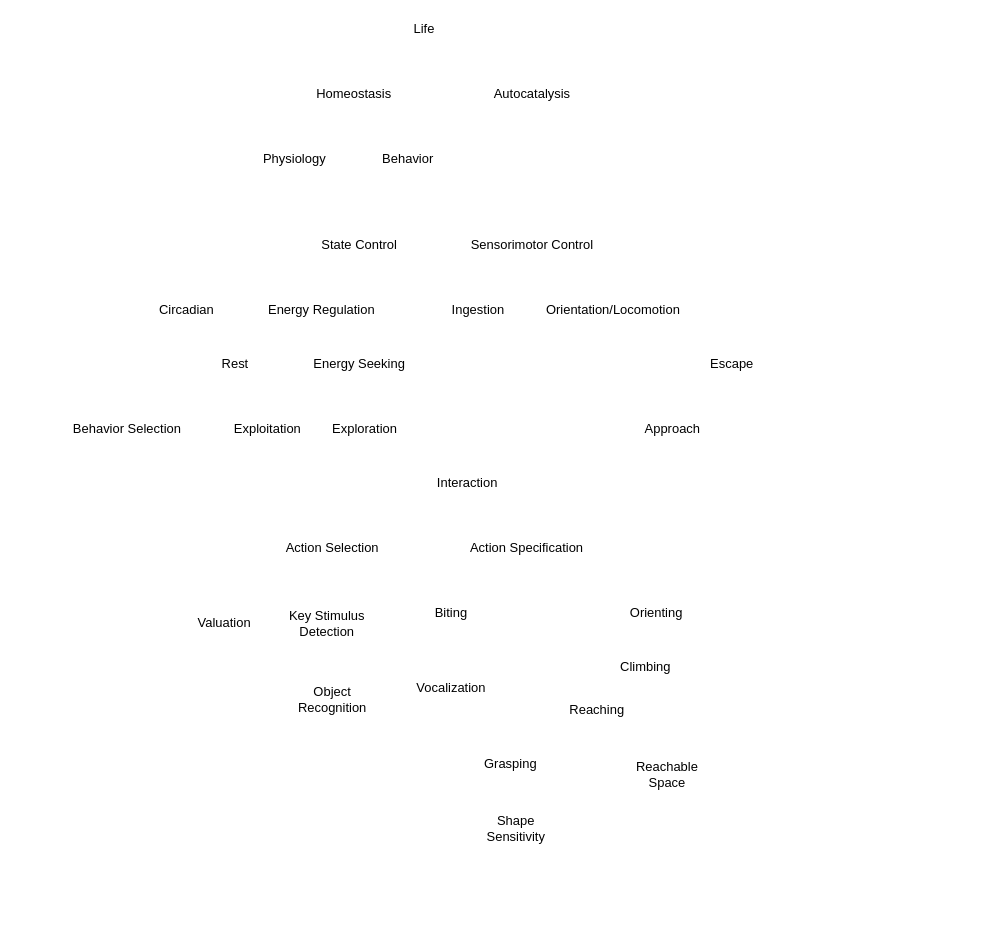
Earlier version of the draw.io diagram cognitive_evolution.drawio (codeaudit/1). Source tidied: cells renumbered, new cells numbered last; positions are measured from the earlier drawing's top-left corner, leaving out a move shared by most shapes. Both pictures are drawn from the tidied source at 108%, with x=0, y=0 at pixel (62, 18).
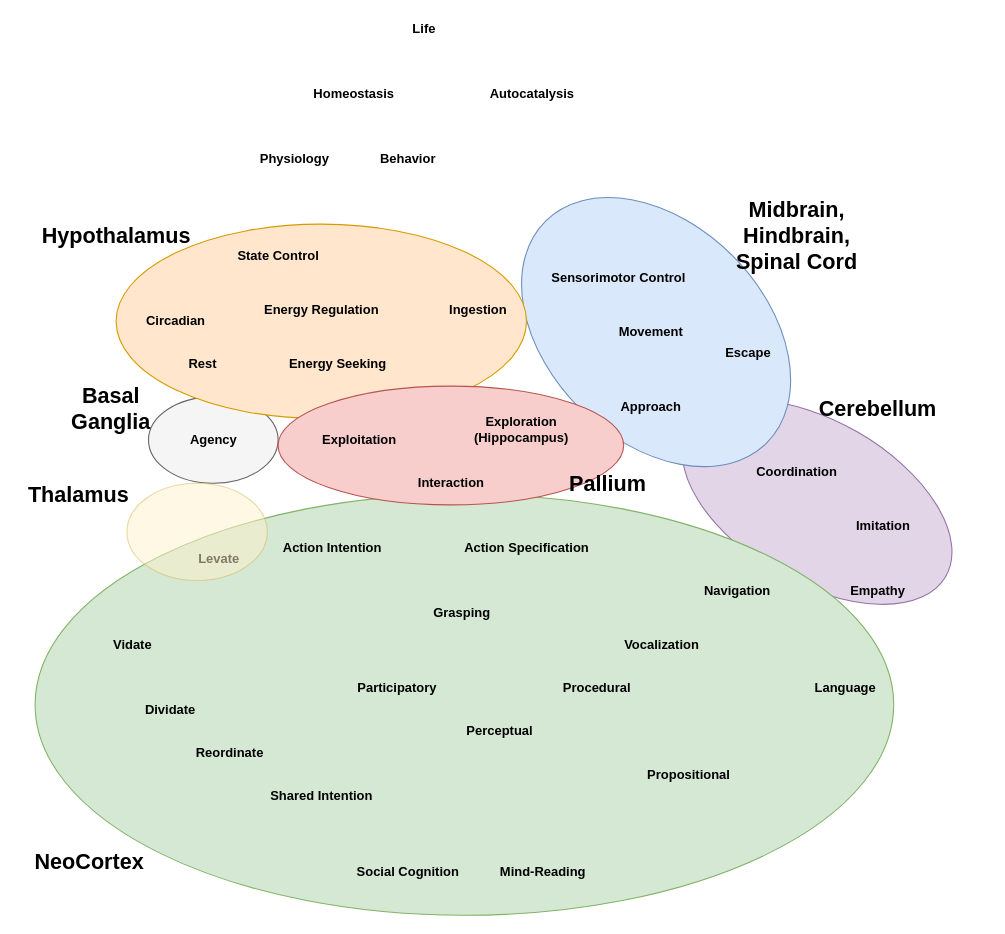
The same page after the edit.

Change to the diagram source:
```diff
@@
+    <mxCell id="34" style="ellipse;whiteSpace=wrap;html=1;rotation=30;fillColor=#e1d5e7;strokeColor=#9673a6;" parent="1" vertex="1">
+      <mxGeometry x="561.6" y="372.5" width="275" height="150" as="geometry" />
+    </mxCell>
+    <mxCell id="35" style="ellipse;whiteSpace=wrap;html=1;fillColor=#d5e8d4;strokeColor=#82b366;" parent="1" vertex="1">
+      <mxGeometry x="-25" y="440" width="795" height="390" as="geometry" />
+    </mxCell>
+    <mxCell id="36" style="ellipse;whiteSpace=wrap;html=1;rotation=45;fillColor=#dae8fc;strokeColor=#6c8ebf;" parent="1" vertex="1">
+      <mxGeometry x="405" y="190" width="290" height="200" as="geometry" />
+    </mxCell>
+    <mxCell id="37" style="ellipse;whiteSpace=wrap;html=1;fillColor=#f5f5f5;strokeColor=#666666;fontColor=#333333;" parent="1" vertex="1">
+      <mxGeometry x="80" y="350" width="120" height="80" as="geometry" />
+    </mxCell>
+    <mxCell id="38" style="ellipse;whiteSpace=wrap;html=1;fillColor=#ffe6cc;strokeColor=#d79b00;" parent="1" vertex="1">
+      <mxGeometry x="50" y="190" width="380" height="180" as="geometry" />
+    </mxCell>
+    <mxCell id="39" style="ellipse;whiteSpace=wrap;html=1;fillColor=#f8cecc;strokeColor=#b85450;" parent="1" vertex="1">
+      <mxGeometry x="200" y="340" width="320" height="110" as="geometry" />
+    </mxCell>
-    <mxCell id="2" value="Life" style="text;html=1;align=center;verticalAlign=middle;" parent="1" vertex="1">
-      <mxGeometry x="320" width="30" height="20" as="geometry" />
+    <mxCell id="2" value="Life" style="text;html=1;align=center;verticalAlign=middle;fontStyle=1;" parent="1" vertex="1">
+      <mxGeometry x="315" width="40" height="20" as="geometry" />
     </mxCell>
-    <mxCell id="3" value="Homeostasis" style="text;html=1;align=center;verticalAlign=middle;" parent="1" vertex="1">
-      <mxGeometry x="230" y="60" width="80" height="20" as="geometry" />
+    <mxCell id="3" value="Homeostasis" style="text;html=1;align=center;verticalAlign=middle;fontStyle=1;" parent="1" vertex="1">
+      <mxGeometry x="225" y="60" width="90" height="20" as="geometry" />
     </mxCell>
-    <mxCell id="4" value="Autocatalysis" style="text;html=1;align=center;verticalAlign=middle;" parent="1" vertex="1">
+    <mxCell id="4" value="Autocatalysis" style="text;html=1;align=center;verticalAlign=middle;fontStyle=1;" parent="1" vertex="1">
       <mxGeometry x="390" y="60" width="90" height="20" as="geometry" />
     </mxCell>
-    <mxCell id="5" value="Physiology" style="text;html=1;align=center;verticalAlign=middle;" parent="1" vertex="1">
-      <mxGeometry x="180" y="120" width="70" height="20" as="geometry" />
+    <mxCell id="5" value="Physiology" style="text;html=1;align=center;verticalAlign=middle;fontStyle=1;" parent="1" vertex="1">
+      <mxGeometry x="175" y="120" width="80" height="20" as="geometry" />
     </mxCell>
-    <mxCell id="6" value="Behavior" style="text;html=1;align=center;verticalAlign=middle;" parent="1" vertex="1">
-      <mxGeometry x="290" y="120" width="60" height="20" as="geometry" />
+    <mxCell id="6" value="Behavior" style="text;html=1;align=center;verticalAlign=middle;fontStyle=1;" parent="1" vertex="1">
+      <mxGeometry x="285" y="120" width="70" height="20" as="geometry" />
     </mxCell>
-    <mxCell id="7" value="State Control" style="text;html=1;align=center;verticalAlign=middle;" parent="1" vertex="1">
-      <mxGeometry x="230" y="200" width="90" height="20" as="geometry" />
+    <mxCell id="7" value="State Control" style="text;html=1;align=center;verticalAlign=middle;fontStyle=1;" parent="1" vertex="1">
+      <mxGeometry x="155" y="210" width="90" height="20" as="geometry" />
     </mxCell>
-    <mxCell id="8" value="Sensorimotor Control" style="text;html=1;align=center;verticalAlign=middle;" parent="1" vertex="1">
-      <mxGeometry x="370" y="200" width="130" height="20" as="geometry" />
+    <mxCell id="8" value="Sensorimotor Control" style="text;html=1;align=center;verticalAlign=middle;fontStyle=1;" parent="1" vertex="1">
+      <mxGeometry x="445" y="230" width="140" height="20" as="geometry" />
     </mxCell>
-    <mxCell id="9" value="Behavior Selection" style="text;html=1;align=center;verticalAlign=middle;" parent="1" vertex="1">
-      <mxGeometry y="370" width="120" height="20" as="geometry" />
+    <mxCell id="9" value="Agency" style="text;html=1;align=center;verticalAlign=middle;fontStyle=1;" parent="1" vertex="1">
+      <mxGeometry x="110" y="380" width="60" height="20" as="geometry" />
     </mxCell>
-    <mxCell id="10" value="Exploitation" style="text;html=1;align=center;verticalAlign=middle;" parent="1" vertex="1">
-      <mxGeometry x="150" y="370" width="80" height="20" as="geometry" />
+    <mxCell id="10" value="Exploitation" style="text;html=1;align=center;verticalAlign=middle;fontStyle=1;" parent="1" vertex="1">
+      <mxGeometry x="235" y="380" width="80" height="20" as="geometry" />
     </mxCell>
-    <mxCell id="11" value="Exploration" style="text;html=1;align=center;verticalAlign=middle;" parent="1" vertex="1">
-      <mxGeometry x="240" y="370" width="80" height="20" as="geometry" />
+    <mxCell id="11" value="Exploration&lt;br&gt;(Hippocampus)" style="text;html=1;align=center;verticalAlign=middle;fontStyle=1;" parent="1" vertex="1">
+      <mxGeometry x="375" y="365" width="100" height="30" as="geometry" />
     </mxCell>
-    <mxCell id="12" value="Interaction" style="text;html=1;align=center;verticalAlign=middle;" parent="1" vertex="1">
-      <mxGeometry x="340" y="420" width="70" height="20" as="geometry" />
+    <mxCell id="12" value="Interaction" style="text;html=1;align=center;verticalAlign=middle;fontStyle=1;" parent="1" vertex="1">
+      <mxGeometry x="320" y="420" width="80" height="20" as="geometry" />
     </mxCell>
-    <mxCell id="13" value="Circadian" style="text;html=1;align=center;verticalAlign=middle;" parent="1" vertex="1">
-      <mxGeometry x="80" y="260" width="70" height="20" as="geometry" />
+    <mxCell id="13" value="Circadian" style="text;html=1;align=center;verticalAlign=middle;fontStyle=1;" parent="1" vertex="1">
+      <mxGeometry x="70" y="270" width="70" height="20" as="geometry" />
     </mxCell>
-    <mxCell id="14" value="Energy Regulation" style="text;html=1;align=center;verticalAlign=middle;" parent="1" vertex="1">
-      <mxGeometry x="185" y="260" width="110" height="20" as="geometry" />
+    <mxCell id="14" value="Energy Regulation" style="text;html=1;align=center;verticalAlign=middle;fontStyle=1;" parent="1" vertex="1">
+      <mxGeometry x="180" y="260" width="120" height="20" as="geometry" />
     </mxCell>
-    <mxCell id="15" value="Rest" style="text;html=1;align=center;verticalAlign=middle;" parent="1" vertex="1">
-      <mxGeometry x="140" y="310" width="40" height="20" as="geometry" />
+    <mxCell id="15" value="Rest" style="text;html=1;align=center;verticalAlign=middle;fontStyle=1;" parent="1" vertex="1">
+      <mxGeometry x="110" y="310" width="40" height="20" as="geometry" />
     </mxCell>
-    <mxCell id="16" value="Energy Seeking" style="text;html=1;align=center;verticalAlign=middle;" parent="1" vertex="1">
-      <mxGeometry x="225" y="310" width="100" height="20" as="geometry" />
+    <mxCell id="16" value="Energy Seeking" style="text;html=1;align=center;verticalAlign=middle;fontStyle=1;" parent="1" vertex="1">
+      <mxGeometry x="200" y="310" width="110" height="20" as="geometry" />
     </mxCell>
-    <mxCell id="17" value="Ingestion" style="text;html=1;align=center;verticalAlign=middle;" parent="1" vertex="1">
-      <mxGeometry x="355" y="260" width="60" height="20" as="geometry" />
+    <mxCell id="17" value="Ingestion" style="text;html=1;align=center;verticalAlign=middle;fontStyle=1;" parent="1" vertex="1">
+      <mxGeometry x="350" y="260" width="70" height="20" as="geometry" />
     </mxCell>
-    <mxCell id="18" value="Orientation/Locomotion" style="text;html=1;align=center;verticalAlign=middle;" parent="1" vertex="1">
-      <mxGeometry x="440" y="260" width="140" height="20" as="geometry" />
+    <mxCell id="18" value="Movement" style="text;html=1;align=center;verticalAlign=middle;fontStyle=1;" parent="1" vertex="1">
+      <mxGeometry x="510" y="280" width="70" height="20" as="geometry" />
     </mxCell>
-    <mxCell id="19" value="Escape" style="text;html=1;align=center;verticalAlign=middle;" parent="1" vertex="1">
-      <mxGeometry x="590" y="310" width="60" height="20" as="geometry" />
+    <mxCell id="19" value="Escape" style="text;html=1;align=center;verticalAlign=middle;fontStyle=1;" parent="1" vertex="1">
+      <mxGeometry x="605" y="300" width="60" height="20" as="geometry" />
     </mxCell>
-    <mxCell id="20" value="Approach" style="text;html=1;align=center;verticalAlign=middle;" parent="1" vertex="1">
-      <mxGeometry x="530" y="370" width="70" height="20" as="geometry" />
+    <mxCell id="20" value="Approach" style="text;html=1;align=center;verticalAlign=middle;fontStyle=1;" parent="1" vertex="1">
+      <mxGeometry x="510" y="350" width="70" height="20" as="geometry" />
     </mxCell>
-    <mxCell id="21" value="Action Selection" style="text;html=1;align=center;verticalAlign=middle;" parent="1" vertex="1">
-      <mxGeometry x="200" y="480" width="100" height="20" as="geometry" />
+    <mxCell id="21" value="Action Intention" style="text;html=1;align=center;verticalAlign=middle;fontStyle=1;" parent="1" vertex="1">
+      <mxGeometry x="195" y="480" width="110" height="20" as="geometry" />
     </mxCell>
-    <mxCell id="22" value="Action Specification" style="text;html=1;align=center;verticalAlign=middle;" parent="1" vertex="1">
-      <mxGeometry x="370" y="480" width="120" height="20" as="geometry" />
+    <mxCell id="22" value="Action Specification" style="text;html=1;align=center;verticalAlign=middle;fontStyle=1;" parent="1" vertex="1">
+      <mxGeometry x="365" y="480" width="130" height="20" as="geometry" />
     </mxCell>
-    <mxCell id="23" value="Valuation" style="text;html=1;align=center;verticalAlign=middle;" parent="1" vertex="1">
-      <mxGeometry x="120" y="550" width="60" height="20" as="geometry" />
-    </mxCell>
-    <mxCell id="24" value="Key Stimulus&lt;br&gt;Detection" style="text;html=1;align=center;verticalAlign=middle;" parent="1" vertex="1">
-      <mxGeometry x="200" y="545" width="90" height="30" as="geometry" />
-    </mxCell>
-    <mxCell id="25" value="Object&lt;br&gt;Recognition" style="text;html=1;align=center;verticalAlign=middle;" parent="1" vertex="1">
-      <mxGeometry x="210" y="615" width="80" height="30" as="geometry" />
-    </mxCell>
-    <mxCell id="26" value="Biting" style="text;html=1;align=center;verticalAlign=middle;" parent="1" vertex="1">
-      <mxGeometry x="335" y="540" width="50" height="20" as="geometry" />
-    </mxCell>
+    <mxCell id="40" value="Levate" style="text;html=1;align=center;verticalAlign=middle;fontStyle=1;" parent="1" vertex="1">
+      <mxGeometry x="120" y="490" width="50" height="20" as="geometry" />
+    </mxCell>
+    <mxCell id="41" value="Vidate" style="text;html=1;align=center;verticalAlign=middle;fontStyle=1;" parent="1" vertex="1">
+      <mxGeometry x="40" y="570" width="50" height="20" as="geometry" />
+    </mxCell>
+    <mxCell id="42" value="Dividate" style="text;html=1;align=center;verticalAlign=middle;fontStyle=1;" parent="1" vertex="1">
+      <mxGeometry x="70" y="630" width="60" height="20" as="geometry" />
+    </mxCell>
+    <mxCell id="43" value="Reordinate" style="text;html=1;align=center;verticalAlign=middle;fontStyle=1;" parent="1" vertex="1">
+      <mxGeometry x="115" y="670" width="80" height="20" as="geometry" />
+    </mxCell>
+    <mxCell id="44" value="Procedural" style="text;html=1;align=center;verticalAlign=middle;fontStyle=1;" parent="1" vertex="1">
+      <mxGeometry x="455" y="610" width="80" height="20" as="geometry" />
+    </mxCell>
+    <mxCell id="45" value="Propositional" style="text;html=1;align=center;verticalAlign=middle;fontStyle=1;" parent="1" vertex="1">
+      <mxGeometry x="535" y="690" width="90" height="20" as="geometry" />
+    </mxCell>
+    <mxCell id="46" value="Perceptual" style="text;html=1;align=center;verticalAlign=middle;fontStyle=1;" parent="1" vertex="1">
+      <mxGeometry x="365" y="650" width="80" height="20" as="geometry" />
+    </mxCell>
+    <mxCell id="47" value="Participatory" style="text;html=1;align=center;verticalAlign=middle;fontStyle=1;" parent="1" vertex="1">
+      <mxGeometry x="265" y="610" width="90" height="20" as="geometry" />
+    </mxCell>
+    <mxCell id="48" value="Shared Intention" style="text;html=1;align=center;verticalAlign=middle;fontStyle=1;" parent="1" vertex="1">
+      <mxGeometry x="185" y="710" width="110" height="20" as="geometry" />
+    </mxCell>
+    <mxCell id="49" value="Coordination" style="text;html=1;align=center;verticalAlign=middle;fontStyle=1;" parent="1" vertex="1">
+      <mxGeometry x="635" y="410" width="90" height="20" as="geometry" />
+    </mxCell>
+    <mxCell id="50" value="Social Cognition" style="text;html=1;align=center;verticalAlign=middle;fontStyle=1;" parent="1" vertex="1">
+      <mxGeometry x="265" y="780" width="110" height="20" as="geometry" />
+    </mxCell>
+    <mxCell id="51" value="Imitation" style="text;html=1;align=center;verticalAlign=middle;fontStyle=1;" parent="1" vertex="1">
+      <mxGeometry x="725" y="460" width="70" height="20" as="geometry" />
+    </mxCell>
+    <mxCell id="52" value="Language" style="text;html=1;align=center;verticalAlign=middle;fontStyle=1;" parent="1" vertex="1">
+      <mxGeometry x="690" y="610" width="70" height="20" as="geometry" />
+    </mxCell>
+    <mxCell id="53" value="Mind-Reading" style="text;html=1;align=center;verticalAlign=middle;fontStyle=1;" parent="1" vertex="1">
+      <mxGeometry x="400" y="780" width="90" height="20" as="geometry" />
+    </mxCell>
+    <mxCell id="54" value="Navigation" style="text;html=1;align=center;verticalAlign=middle;fontStyle=1;" parent="1" vertex="1">
+      <mxGeometry x="585" y="520" width="80" height="20" as="geometry" />
+    </mxCell>
+    <mxCell id="28" value="Grasping" style="text;html=1;align=center;verticalAlign=middle;fontStyle=1;" parent="1" vertex="1">
+      <mxGeometry x="335" y="540" width="70" height="20" as="geometry" />
+    </mxCell>
-    <mxCell id="27" value="Vocalization" style="text;html=1;align=center;verticalAlign=middle;" parent="1" vertex="1">
-      <mxGeometry x="320" y="610" width="80" height="20" as="geometry" />
+    <mxCell id="27" value="&lt;b&gt;Vocalization&lt;/b&gt;" style="text;html=1;align=center;verticalAlign=middle;" parent="1" vertex="1">
+      <mxGeometry x="515" y="570" width="80" height="20" as="geometry" />
     </mxCell>
-    <mxCell id="28" value="Grasping" style="text;html=1;align=center;verticalAlign=middle;" parent="1" vertex="1">
-      <mxGeometry x="385" y="680" width="60" height="20" as="geometry" />
-    </mxCell>
-    <mxCell id="29" value="Reaching" style="text;html=1;align=center;verticalAlign=middle;" parent="1" vertex="1">
-      <mxGeometry x="460" y="630" width="70" height="20" as="geometry" />
-    </mxCell>
-    <mxCell id="30" value="Climbing" style="text;html=1;align=center;verticalAlign=middle;" parent="1" vertex="1">
-      <mxGeometry x="510" y="590" width="60" height="20" as="geometry" />
-    </mxCell>
-    <mxCell id="31" value="Orienting" style="text;html=1;align=center;verticalAlign=middle;" parent="1" vertex="1">
-      <mxGeometry x="520" y="540" width="60" height="20" as="geometry" />
-    </mxCell>
-    <mxCell id="32" value="Reachable&lt;br&gt;Space" style="text;html=1;align=center;verticalAlign=middle;" parent="1" vertex="1">
-      <mxGeometry x="525" y="685" width="70" height="30" as="geometry" />
-    </mxCell>
-    <mxCell id="33" value="Shape&lt;br&gt;Sensitivity" style="text;html=1;align=center;verticalAlign=middle;" parent="1" vertex="1">
-      <mxGeometry x="385" y="735" width="70" height="30" as="geometry" />
-    </mxCell>
+    <mxCell id="55" value="&lt;b&gt;Empathy&lt;/b&gt;" style="text;html=1;align=center;verticalAlign=middle;" parent="1" vertex="1">
+      <mxGeometry x="720" y="520" width="70" height="20" as="geometry" />
+    </mxCell>
+    <mxCell id="56" style="ellipse;whiteSpace=wrap;html=1;textOpacity=0;labelBackgroundColor=none;opacity=50;fillColor=#fff2cc;strokeColor=#d6b656;" parent="1" vertex="1">
+      <mxGeometry x="60" y="430" width="130" height="90" as="geometry" />
+    </mxCell>
+    <mxCell id="57" value="&lt;font style=&quot;font-size: 20px&quot;&gt;&lt;b&gt;Hypothalamus&lt;/b&gt;&lt;/font&gt;" style="text;html=1;align=center;verticalAlign=middle;" parent="1" vertex="1">
+      <mxGeometry x="-25" y="190" width="150" height="20" as="geometry" />
+    </mxCell>
+    <mxCell id="58" value="&lt;font style=&quot;font-size: 20px&quot;&gt;&lt;b&gt;Basal&lt;br&gt;Ganglia&lt;br&gt;&lt;/b&gt;&lt;/font&gt;" style="text;html=1;align=center;verticalAlign=middle;" parent="1" vertex="1">
+      <mxGeometry y="340" width="90" height="40" as="geometry" />
+    </mxCell>
+    <mxCell id="59" value="&lt;font style=&quot;font-size: 20px&quot;&gt;&lt;b&gt;Thalamus&lt;br&gt;&lt;/b&gt;&lt;/font&gt;" style="text;html=1;align=center;verticalAlign=middle;" parent="1" vertex="1">
+      <mxGeometry x="-40" y="430" width="110" height="20" as="geometry" />
+    </mxCell>
+    <mxCell id="60" value="&lt;font style=&quot;font-size: 20px&quot;&gt;&lt;b&gt;NeoCortex&lt;br&gt;&lt;/b&gt;&lt;/font&gt;" style="text;html=1;align=center;verticalAlign=middle;" parent="1" vertex="1">
+      <mxGeometry x="-35" y="770" width="120" height="20" as="geometry" />
+    </mxCell>
+    <mxCell id="61" value="&lt;font style=&quot;font-size: 20px&quot;&gt;&lt;b&gt;Cerebellum&lt;br&gt;&lt;/b&gt;&lt;/font&gt;" style="text;html=1;align=center;verticalAlign=middle;" parent="1" vertex="1">
+      <mxGeometry x="695" y="350" width="120" height="20" as="geometry" />
+    </mxCell>
+    <mxCell id="62" value="&lt;font style=&quot;font-size: 20px&quot;&gt;&lt;b&gt;Pallium&lt;br&gt;&lt;/b&gt;&lt;/font&gt;" style="text;html=1;align=center;verticalAlign=middle;" parent="1" vertex="1">
+      <mxGeometry x="460" y="420" width="90" height="20" as="geometry" />
+    </mxCell>
+    <mxCell id="63" value="&lt;font style=&quot;font-size: 20px&quot;&gt;&lt;b&gt;Midbrain,&lt;br&gt;Hindbrain,&lt;br&gt;Spinal Cord&lt;br&gt;&lt;/b&gt;&lt;/font&gt;" style="text;html=1;align=center;verticalAlign=middle;" parent="1" vertex="1">
+      <mxGeometry x="615" y="175" width="130" height="50" as="geometry" />
+    </mxCell>
```
